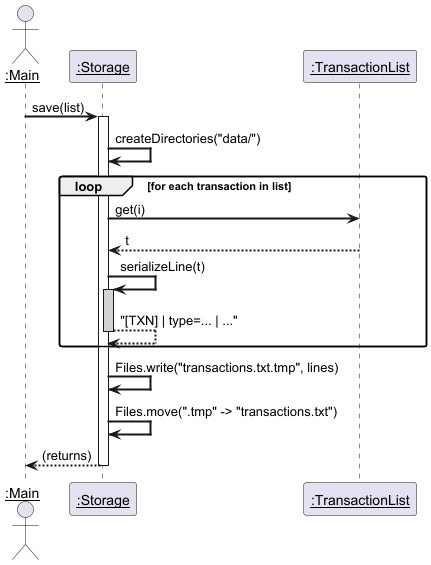
Earlier version of the PlantUML export docs/diagrams/StorageSaveSequenceDiagram.png (AY2526S2-CS2113-T14-4/tp).
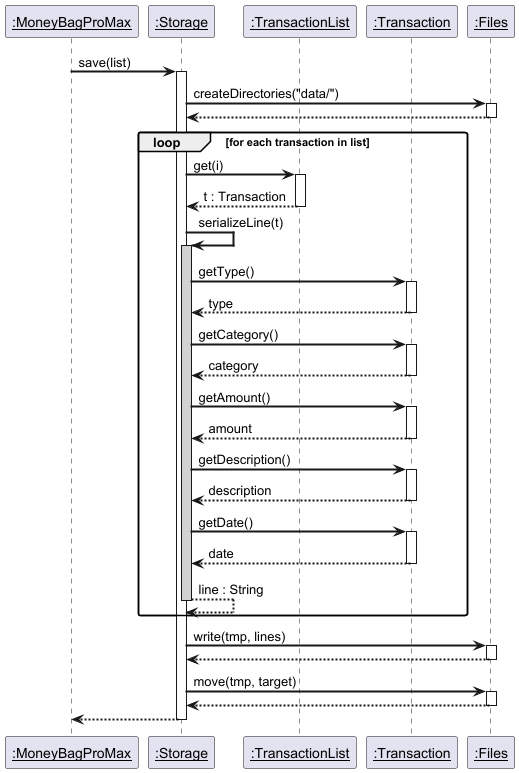
After the change.

Commit message:
docs: update load and save sequence diagrams for Storage

The edit, as a diff of the source:
```diff
@@ -3,28 +3,69 @@
 skinparam roundcorner 5
 skinparam sequenceParticipant underline
 
-actor ":Main" as Main
+participant ":MoneyBagProMax" as Main
 participant ":Storage" as Storage
 participant ":TransactionList" as TList
+participant ":Transaction" as T
+participant ":Files" as Files
 
 Main -> Storage : save(list)
 activate Storage
 
-Storage -> Storage : createDirectories("data/")
+Storage -> Files : createDirectories("data/")
+activate Files
+Files --> Storage
+deactivate Files
 
 loop for each transaction in list
     Storage -> TList : get(i)
-    TList --> Storage : t
+    activate TList
+    TList --> Storage : t : Transaction
+    deactivate TList
+
     Storage -> Storage : serializeLine(t)
     activate Storage #LightGray
-    Storage --> Storage : "[TXN] | type=... | ..."
+
+    Storage -> T : getType()
+    activate T
+    T --> Storage : type
+    deactivate T
+
+    Storage -> T : getCategory()
+    activate T
+    T --> Storage : category
+    deactivate T
+
+    Storage -> T : getAmount()
+    activate T
+    T --> Storage : amount
+    deactivate T
+
+    Storage -> T : getDescription()
+    activate T
+    T --> Storage : description
+    deactivate T
+
+    Storage -> T : getDate()
+    activate T
+    T --> Storage : date
+    deactivate T
+
+    Storage --> Storage : line : String
     deactivate Storage
 end
 
-Storage -> Storage : Files.write("transactions.txt.tmp", lines)
-Storage -> Storage : Files.move(".tmp" -> "transactions.txt")
+Storage -> Files : write(tmp, lines)
+activate Files
+Files --> Storage
+deactivate Files
 
-Storage --> Main : (returns)
+Storage -> Files : move(tmp, target)
+activate Files
+Files --> Storage
+deactivate Files
+
+Storage --> Main
 deactivate Storage
 
 @enduml
```
